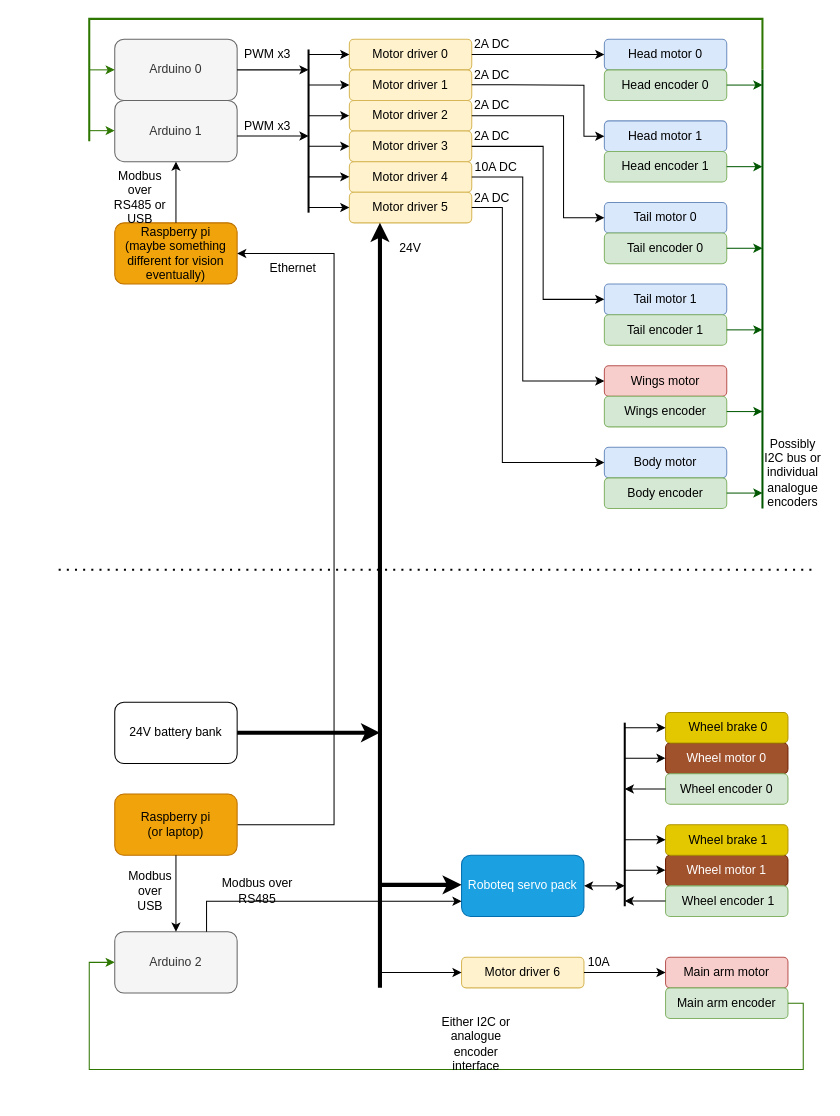
This is drawings/control_block_diagram.drawio from kmtaylor/miss_beehave, a draw.io file, before an edit. Source tidied: cells renumbered, new cells numbered last; positions are measured from the earlier drawing's top-left corner, leaving out a move shared by most shapes. Both pictures are drawn from the tidied source at 102%, with x=0, y=0 at pixel (58, 18).
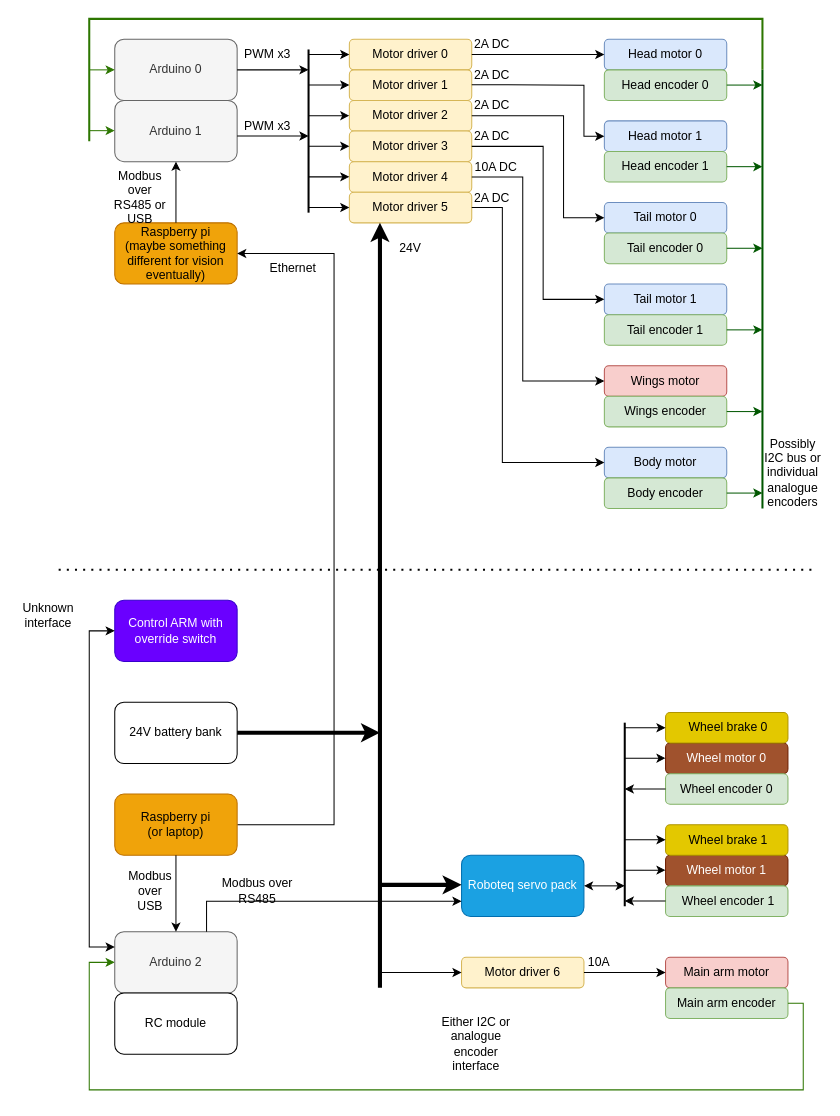
The same page after the edit.

Commit message:
Add radio control and control arm

The change refers to these unchanged cells:
```xml
<mxCell id="83" value="Main arm encoder" style="rounded=1;whiteSpace=wrap;html=1;fillColor=#d5e8d4;strokeColor=#82b366;" parent="1" vertex="1">
  <mxGeometry x="595" y="950" width="120" height="30" as="geometry" />
</mxCell>
<mxCell id="85" value="Arduino 2" style="rounded=1;whiteSpace=wrap;html=1;fillColor=#f5f5f5;fontColor=#333333;strokeColor=#666666;" parent="1" vertex="1">
  <mxGeometry x="55" y="895" width="120" height="60" as="geometry" />
</mxCell>
```

Change to the diagram source:
```diff
@@
     <mxCell id="84" style="endArrow=classic;html=1;rounded=0;fillColor=#60a917;strokeColor=#2D7600;strokeWidth=1;endFill=1;exitX=1;exitY=0.5;exitDx=0;exitDy=0;entryX=0;entryY=0.5;entryDx=0;entryDy=0;" parent="1" edge="1" source="83" target="85">
       <mxGeometry relative="1" as="geometry">
         <Array as="points">
           <mxPoint x="730" y="965" />
-          <mxPoint x="730" y="1030" />
-          <mxPoint x="30" y="1030" />
+          <mxPoint x="730" y="1050" />
+          <mxPoint x="30" y="1050" />
           <mxPoint x="30" y="925" />
         </Array>
       </mxGeometry>
     </mxCell>
@@
+    <mxCell id="96" value="Control ARM with override switch" style="rounded=1;whiteSpace=wrap;html=1;fillColor=#6a00ff;fontColor=#ffffff;strokeColor=#3700CC;" parent="1" vertex="1">
+      <mxGeometry x="55" y="570" width="120" height="60" as="geometry" />
+    </mxCell>
+    <mxCell id="97" style="endArrow=classic;startArrow=classic;html=1;rounded=0;strokeWidth=1;entryX=0;entryY=0.5;entryDx=0;entryDy=0;exitX=0;exitY=0.25;exitDx=0;exitDy=0;" parent="1" edge="1" source="85" target="96">
+      <mxGeometry relative="1" as="geometry">
+        <Array as="points">
+          <mxPoint x="30" y="910" />
+          <mxPoint x="30" y="600" />
+        </Array>
+      </mxGeometry>
+    </mxCell>
+    <mxCell id="98" value="Unknown interface" style="text;html=1;strokeColor=none;fillColor=none;align=center;verticalAlign=middle;whiteSpace=wrap;rounded=0;" parent="1" vertex="1">
+      <mxGeometry x="-40" y="570" width="60" height="30" as="geometry" />
+    </mxCell>
+    <mxCell id="99" value="RC module" style="rounded=1;whiteSpace=wrap;html=1;" parent="1" vertex="1">
+      <mxGeometry x="55" y="955" width="120" height="60" as="geometry" />
+    </mxCell>
```
